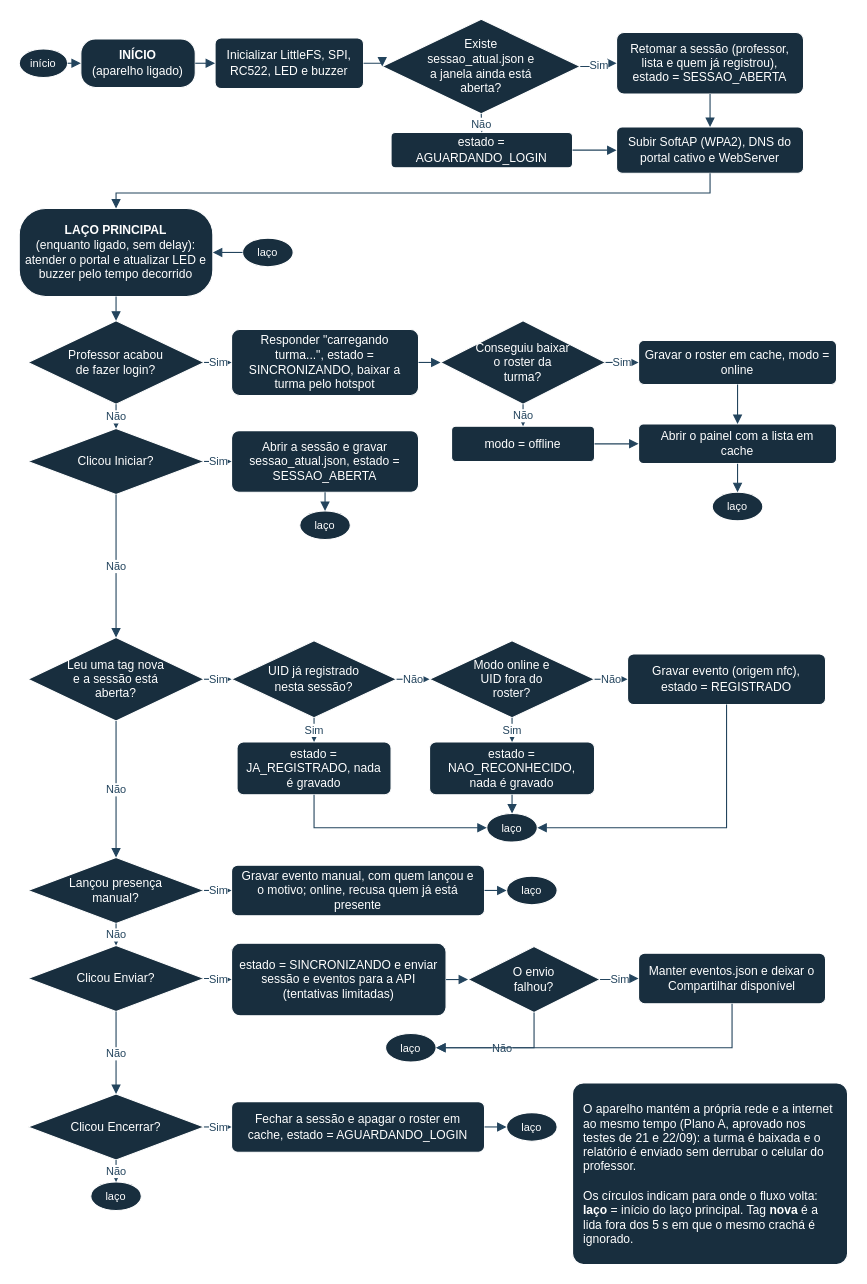
Above: docs/fluxograma-logica.drawio in caioplaninschek/presente (draw.io), before the change. Source tidied: cells renumbered, new cells numbered last; positions are measured from the earlier drawing's top-left corner, leaving out a move shared by most shapes. Both pictures are drawn from the tidied source at 110%, with x=0, y=0 at pixel (19, 19).
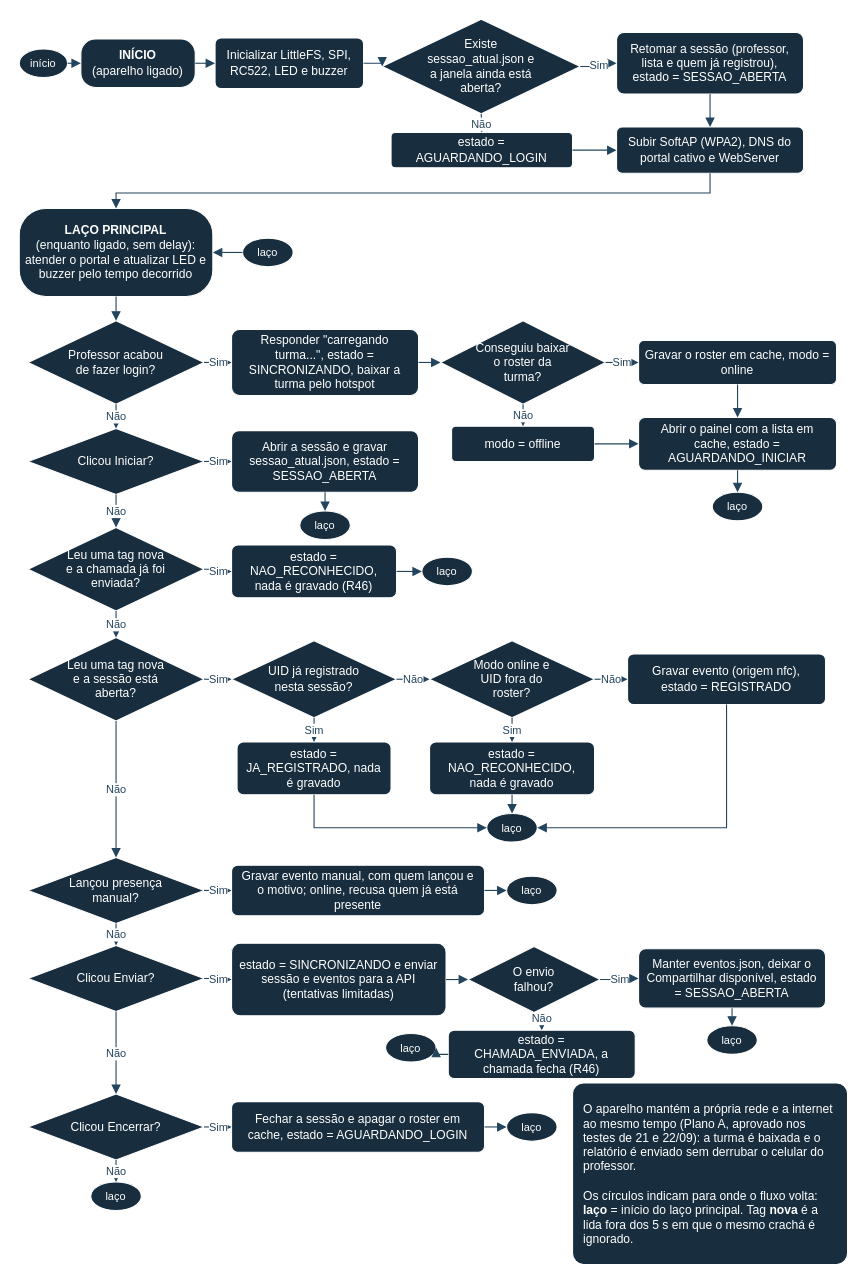
After the change.

Commit message (it also covers changes not shown here):
Fluxograma da R46: AGUARDANDO_INICIAR depois do login, CHAMADA_ENVIADA no envio que deu certo, o toque depois do Enviar e a volta a SESSAO_ABERTA no envio falho; diario com a ideia base e o fluxograma

The change refers to these unchanged cells:
```xml
<mxCell id="18" value="Clicou Iniciar?" style="whiteSpace=wrap;html=1;fontSize=11;fontColor=#FFFFFF;strokeColor=#FFFFFF;fillColor=#182E3E;rhombus;spacingLeft=32;spacingRight=32;" parent="1" vertex="1">
  <mxGeometry x="8" y="372" width="160" height="60" as="geometry" />
</mxCell>
<mxCell id="21" value="Leu uma tag nova e a sessão está aberta?" style="whiteSpace=wrap;html=1;fontSize=11;fontColor=#FFFFFF;strokeColor=#FFFFFF;fillColor=#182E3E;rhombus;spacingLeft=32;spacingRight=32;" parent="1" vertex="1">
  <mxGeometry x="8" y="562" width="160" height="76" as="geometry" />
</mxCell>
<mxCell id="33" value="O envio falhou?" style="whiteSpace=wrap;html=1;fontSize=11;fontColor=#FFFFFF;strokeColor=#FFFFFF;fillColor=#182E3E;rhombus;spacingLeft=24;spacingRight=24;" parent="1" vertex="1">
  <mxGeometry x="408" y="843" width="120" height="60" as="geometry" />
</mxCell>
<mxCell id="35" value="laço" style="whiteSpace=wrap;html=1;fontSize=11;fontColor=#FFFFFF;strokeColor=#FFFFFF;fillColor=#182E3E;ellipse;fontSize=10;" parent="1" vertex="1">
  <mxGeometry x="333" y="922" width="46" height="26" as="geometry" />
</mxCell>
```

Change to the diagram source:
```diff
@@
-    <mxCell id="16" value="Abrir o painel com a lista em cache" style="whiteSpace=wrap;html=1;fontSize=11;fontColor=#FFFFFF;strokeColor=#FFFFFF;fillColor=#182E3E;rounded=1;arcSize=12;spacingLeft=5;spacingRight=5;" parent="1" vertex="1">
-      <mxGeometry x="563" y="368" width="180" height="36" as="geometry" />
+    <mxCell id="16" value="Abrir o painel com a lista em cache, estado = AGUARDANDO_INICIAR" style="whiteSpace=wrap;html=1;fontSize=11;fontColor=#FFFFFF;strokeColor=#FFFFFF;fillColor=#182E3E;rounded=1;arcSize=12;spacingLeft=5;spacingRight=5;" parent="1" vertex="1">
+      <mxGeometry x="563" y="362" width="180" height="48" as="geometry" />
     </mxCell>
@@
-    <mxCell id="34" value="Manter eventos.json e deixar o Compartilhar disponível" style="whiteSpace=wrap;html=1;fontSize=11;fontColor=#FFFFFF;strokeColor=#FFFFFF;fillColor=#182E3E;rounded=1;arcSize=12;spacingLeft=5;spacingRight=5;" parent="1" vertex="1">
-      <mxGeometry x="563" y="849" width="170" height="46" as="geometry" />
+    <mxCell id="34" value="Manter eventos.json, deixar o Compartilhar disponível, estado = SESSAO_ABERTA" style="whiteSpace=wrap;html=1;fontSize=11;fontColor=#FFFFFF;strokeColor=#FFFFFF;fillColor=#182E3E;rounded=1;arcSize=12;spacingLeft=5;spacingRight=5;" parent="1" vertex="1">
+      <mxGeometry x="563" y="845" width="170" height="54" as="geometry" />
     </mxCell>
@@
+    <mxCell id="83" value="Leu uma tag nova e a chamada já foi enviada?" style="whiteSpace=wrap;html=1;fontSize=11;fontColor=#FFFFFF;strokeColor=#FFFFFF;fillColor=#182E3E;rhombus;spacingLeft=32;spacingRight=32;" parent="1" vertex="1">
+      <mxGeometry x="8" y="462" width="160" height="76" as="geometry" />
+    </mxCell>
+    <mxCell id="84" value="estado = NAO_RECONHECIDO, nada é gravado (R46)" style="whiteSpace=wrap;html=1;fontSize=11;fontColor=#FFFFFF;strokeColor=#FFFFFF;fillColor=#182E3E;rounded=1;arcSize=12;spacingLeft=5;spacingRight=5;" parent="1" vertex="1">
+      <mxGeometry x="193" y="478" width="150" height="48" as="geometry" />
+    </mxCell>
+    <mxCell id="85" value="laço" style="whiteSpace=wrap;html=1;fontSize=11;fontColor=#FFFFFF;strokeColor=#FFFFFF;fillColor=#182E3E;ellipse;fontSize=10;" parent="1" vertex="1">
+      <mxGeometry x="366" y="489" width="46" height="26" as="geometry" />
+    </mxCell>
+    <mxCell id="86" value="estado = CHAMADA_ENVIADA, a chamada fecha (R46)" style="whiteSpace=wrap;html=1;fontSize=11;fontColor=#FFFFFF;strokeColor=#FFFFFF;fillColor=#182E3E;rounded=1;arcSize=12;spacingLeft=5;spacingRight=5;" parent="1" vertex="1">
+      <mxGeometry x="390" y="919" width="170" height="44" as="geometry" />
+    </mxCell>
+    <mxCell id="87" value="laço" style="whiteSpace=wrap;html=1;fontSize=11;fontColor=#FFFFFF;strokeColor=#FFFFFF;fillColor=#182E3E;ellipse;fontSize=10;" parent="1" vertex="1">
+      <mxGeometry x="625" y="915" width="46" height="26" as="geometry" />
+    </mxCell>
@@
-    <mxCell id="61" value="Não" style="edgeStyle=orthogonalEdgeStyle;rounded=0;html=1;endArrow=block;endFill=1;strokeColor=#23445D;fontSize=10;fontColor=#23445D;labelBackgroundColor=#FFFFFF;exitX=0.5;exitY=1;exitDx=0;exitDy=0;entryX=0.5;entryY=0;entryDx=0;entryDy=0;" parent="1" edge="1" source="18" target="21">
+    <mxCell id="61" value="Não" style="edgeStyle=orthogonalEdgeStyle;rounded=0;html=1;endArrow=block;endFill=1;strokeColor=#23445D;fontSize=10;fontColor=#23445D;labelBackgroundColor=#FFFFFF;exitX=0.5;exitY=1;exitDx=0;exitDy=0;entryX=0.5;entryY=0;entryDx=0;entryDy=0;" parent="1" edge="1" source="18" target="83">
       <mxGeometry relative="1" as="geometry" />
     </mxCell>
@@
-    <mxCell id="77" value="Não" style="edgeStyle=orthogonalEdgeStyle;rounded=0;html=1;endArrow=block;endFill=1;strokeColor=#23445D;fontSize=10;fontColor=#23445D;labelBackgroundColor=#FFFFFF;exitX=0.5;exitY=1;exitDx=0;exitDy=0;entryX=1;entryY=0.5;entryDx=0;entryDy=0;" parent="1" edge="1" source="33" target="35">
-      <mxGeometry relative="1" as="geometry">
-        <Array as="points">
-          <mxPoint x="468" y="935" />
-        </Array>
-      </mxGeometry>
+    <mxCell id="77" value="Não" style="edgeStyle=orthogonalEdgeStyle;rounded=0;html=1;endArrow=block;endFill=1;strokeColor=#23445D;fontSize=10;fontColor=#23445D;labelBackgroundColor=#FFFFFF;exitX=0.5;exitY=1;exitDx=0;exitDy=0;entryX=0.5;entryY=0;entryDx=0;entryDy=0;" parent="1" edge="1" source="33" target="86">
+      <mxGeometry relative="1" as="geometry" />
     </mxCell>
-    <mxCell id="78" style="edgeStyle=orthogonalEdgeStyle;rounded=0;html=1;endArrow=block;endFill=1;strokeColor=#23445D;fontSize=10;fontColor=#23445D;labelBackgroundColor=#FFFFFF;exitX=0.5;exitY=1;exitDx=0;exitDy=0;entryX=1;entryY=0.5;entryDx=0;entryDy=0;" parent="1" edge="1" source="34" target="35">
-      <mxGeometry relative="1" as="geometry">
-        <Array as="points">
-          <mxPoint x="648" y="935" />
-        </Array>
-      </mxGeometry>
+    <mxCell id="78" style="edgeStyle=orthogonalEdgeStyle;rounded=0;html=1;endArrow=block;endFill=1;strokeColor=#23445D;fontSize=10;fontColor=#23445D;labelBackgroundColor=#FFFFFF;exitX=0.5;exitY=1;exitDx=0;exitDy=0;entryX=0.5;entryY=0;entryDx=0;entryDy=0;" parent="1" edge="1" source="34" target="87">
+      <mxGeometry relative="1" as="geometry" />
     </mxCell>
@@
+    <mxCell id="88" value="Não" style="edgeStyle=orthogonalEdgeStyle;rounded=0;html=1;endArrow=block;endFill=1;strokeColor=#23445D;fontSize=10;fontColor=#23445D;labelBackgroundColor=#FFFFFF;exitX=0.5;exitY=1;exitDx=0;exitDy=0;entryX=0.5;entryY=0;entryDx=0;entryDy=0;" parent="1" edge="1" source="83" target="21">
+      <mxGeometry relative="1" as="geometry" />
+    </mxCell>
+    <mxCell id="89" value="Sim" style="edgeStyle=orthogonalEdgeStyle;rounded=0;html=1;endArrow=block;endFill=1;strokeColor=#23445D;fontSize=10;fontColor=#23445D;labelBackgroundColor=#FFFFFF;exitX=1;exitY=0.5;exitDx=0;exitDy=0;entryX=0;entryY=0.5;entryDx=0;entryDy=0;" parent="1" edge="1" source="83" target="84">
+      <mxGeometry relative="1" as="geometry" />
+    </mxCell>
+    <mxCell id="90" style="edgeStyle=orthogonalEdgeStyle;rounded=0;html=1;endArrow=block;endFill=1;strokeColor=#23445D;fontSize=10;fontColor=#23445D;labelBackgroundColor=#FFFFFF;exitX=1;exitY=0.5;exitDx=0;exitDy=0;entryX=0;entryY=0.5;entryDx=0;entryDy=0;" parent="1" edge="1" source="84" target="85">
+      <mxGeometry relative="1" as="geometry" />
+    </mxCell>
+    <mxCell id="91" style="edgeStyle=orthogonalEdgeStyle;rounded=0;html=1;endArrow=block;endFill=1;strokeColor=#23445D;fontSize=10;fontColor=#23445D;labelBackgroundColor=#FFFFFF;exitX=0;exitY=0.5;exitDx=0;exitDy=0;entryX=1;entryY=0.5;entryDx=0;entryDy=0;" parent="1" edge="1" source="86" target="35">
+      <mxGeometry relative="1" as="geometry" />
+    </mxCell>
```
